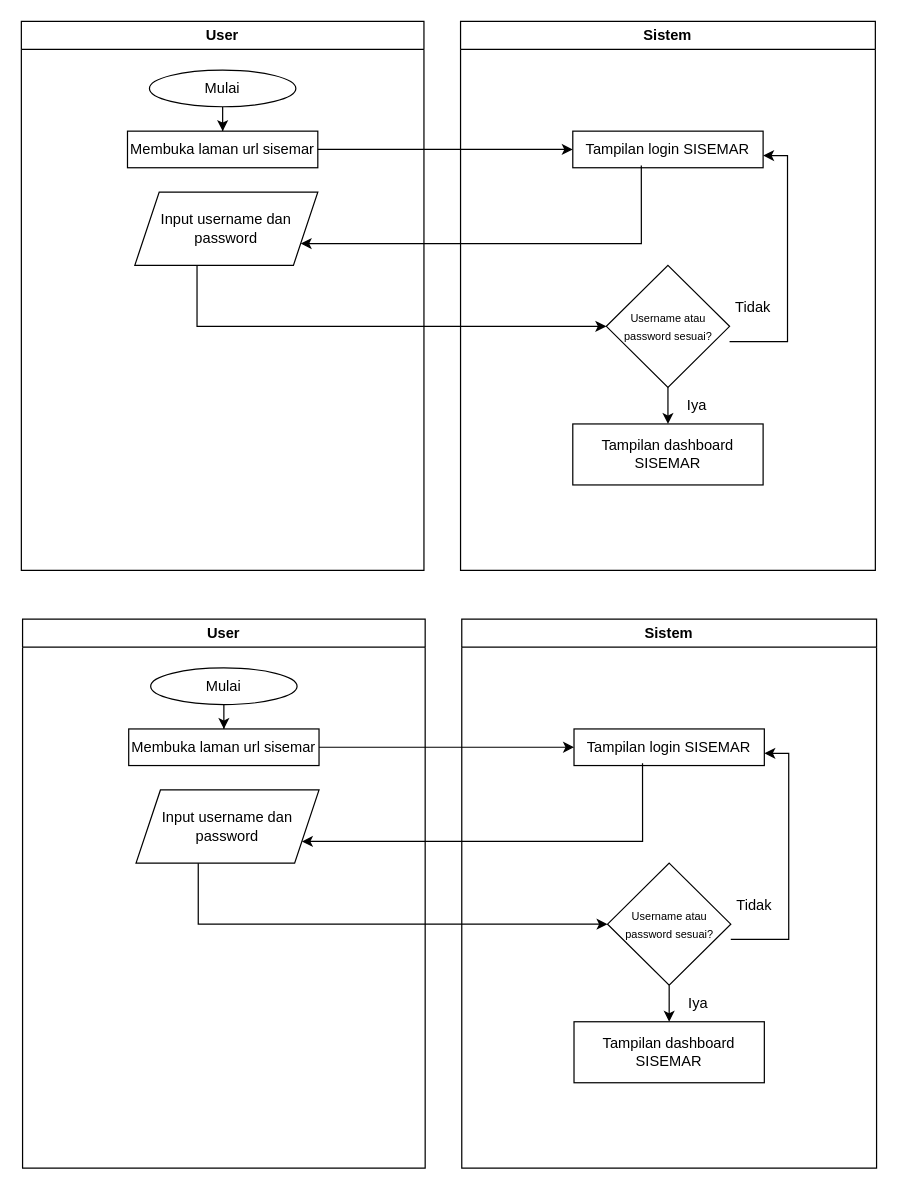
ArfiaLatifah/ArfiaLatifah keeps this draw.io diagram as Flowchart SISEMAR.drawio. Above is the earlier version. Source tidied: cells renumbered, new cells numbered last; positions are measured from the earlier drawing's top-left corner, leaving out a move shared by most shapes. Both pictures are drawn from the tidied source at 122%, with x=0, y=0 at pixel (21, 21).
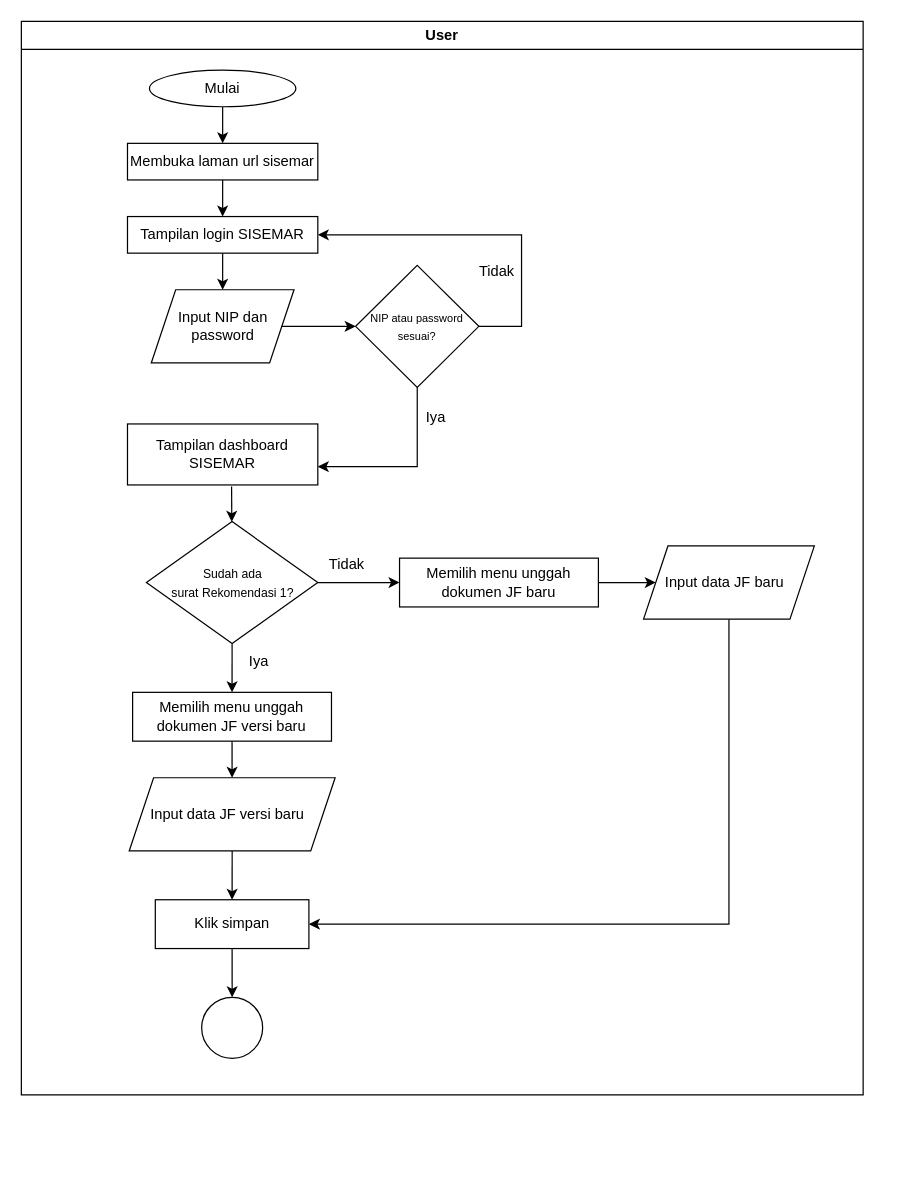
The same page after the edit.

What changed in the source:
```diff
@@
     <mxCell id="2" value="User" style="swimlane;whiteSpace=wrap;html=1;" parent="1" vertex="1">
-      <mxGeometry width="330" height="450" as="geometry" />
+      <mxGeometry width="690" height="880" as="geometry" />
     </mxCell>
@@
     <mxCell id="5" value="Membuka laman url sisemar" style="rounded=0;whiteSpace=wrap;html=1;" parent="2" vertex="1">
-      <mxGeometry x="87" y="90" width="156" height="30" as="geometry" />
+      <mxGeometry x="87" y="100" width="156" height="30" as="geometry" />
     </mxCell>
-    <mxCell id="6" value="Input username dan password" style="shape=parallelogram;perimeter=parallelogramPerimeter;whiteSpace=wrap;html=1;fixedSize=1;" parent="2" vertex="1">
-      <mxGeometry x="93" y="140" width="150" height="60" as="geometry" />
+    <mxCell id="6" value="Input NIP dan password" style="shape=parallelogram;perimeter=parallelogramPerimeter;whiteSpace=wrap;html=1;fixedSize=1;" parent="2" vertex="1">
+      <mxGeometry x="106.5" y="220" width="117" height="60" as="geometry" />
     </mxCell>
-    <mxCell id="7" value="Sistem" style="swimlane;whiteSpace=wrap;html=1;startSize=23;" parent="1" vertex="1">
-      <mxGeometry x="360" width="340" height="450" as="geometry" />
-    </mxCell>
-    <mxCell id="8" value="Tampilan login SISEMAR" style="rounded=0;whiteSpace=wrap;html=1;" parent="7" vertex="1">
-      <mxGeometry x="92" y="90" width="156" height="30" as="geometry" />
+    <mxCell id="8" value="Tampilan login SISEMAR" style="rounded=0;whiteSpace=wrap;html=1;" parent="2" vertex="1">
+      <mxGeometry x="87" y="160" width="156" height="30" as="geometry" />
     </mxCell>
+    <mxCell id="12" value="Tampilan dashboard SISEMAR" style="rounded=0;whiteSpace=wrap;html=1;" parent="2" vertex="1">
+      <mxGeometry x="87" y="330" width="156" height="50" as="geometry" />
+    </mxCell>
+    <mxCell id="11" value="&lt;font style=&quot;font-size: 9px;&quot;&gt;NIP atau password sesuai?&lt;/font&gt;" style="rhombus;whiteSpace=wrap;html=1;" parent="2" vertex="1">
+      <mxGeometry x="274" y="200" width="101" height="100" as="geometry" />
+    </mxCell>
-    <mxCell id="9" style="edgeStyle=orthogonalEdgeStyle;rounded=0;jettySize=auto;html=1;" parent="7" edge="1" source="11" target="12">
-      <mxGeometry relative="1" as="geometry" />
+    <mxCell id="9" style="edgeStyle=orthogonalEdgeStyle;rounded=0;jettySize=auto;html=1;" parent="2" edge="1" source="11" target="12">
+      <mxGeometry relative="1" as="geometry">
+        <Array as="points">
+          <mxPoint x="325" y="365" />
+        </Array>
+      </mxGeometry>
     </mxCell>
-    <mxCell id="10" style="edgeStyle=orthogonalEdgeStyle;rounded=0;orthogonalLoop=1;jettySize=auto;html=1;entryX=1;entryY=0.25;entryDx=0;entryDy=0;" parent="7" edge="1">
-      <mxGeometry relative="1" as="geometry">
-        <mxPoint x="220.5" y="262.5" as="sourcePoint" />
-        <mxPoint x="248" y="110" as="targetPoint" />
-        <Array as="points">
-          <mxPoint x="268" y="262.5" />
-          <mxPoint x="268" y="110.5" />
-        </Array>
-      </mxGeometry>
-    </mxCell>
-    <mxCell id="11" value="&lt;font style=&quot;font-size: 9px;&quot;&gt;Username atau password sesuai?&lt;/font&gt;" style="rhombus;whiteSpace=wrap;html=1;" parent="7" vertex="1">
-      <mxGeometry x="119.5" y="200" width="101" height="100" as="geometry" />
-    </mxCell>
-    <mxCell id="12" value="Tampilan dashboard SISEMAR" style="rounded=0;whiteSpace=wrap;html=1;" parent="7" vertex="1">
-      <mxGeometry x="92" y="330" width="156" height="50" as="geometry" />
-    </mxCell>
-    <mxCell id="13" value="Iya" style="text;html=1;align=center;verticalAlign=middle;whiteSpace=wrap;rounded=0;" parent="7" vertex="1">
-      <mxGeometry x="164" y="300" width="60" height="30" as="geometry" />
-    </mxCell>
-    <mxCell id="14" value="Tidak" style="text;html=1;align=center;verticalAlign=middle;whiteSpace=wrap;rounded=0;" parent="7" vertex="1">
-      <mxGeometry x="210" y="220" width="60" height="30" as="geometry" />
-    </mxCell>
-    <mxCell id="15" style="edgeStyle=orthogonalEdgeStyle;rounded=0;jettySize=auto;html=1;" parent="1" edge="1" source="5" target="8">
+    <mxCell id="15" style="endArrow=classic;html=1;rounded=0;exitX=0.5;exitY=1;exitDx=0;exitDy=0;" parent="2" edge="1" source="5" target="8">
       <mxGeometry relative="1" as="geometry" />
     </mxCell>
-    <mxCell id="16" style="edgeStyle=orthogonalEdgeStyle;rounded=0;jettySize=auto;html=1;entryX=1;entryY=0.75;entryDx=0;entryDy=0;exitX=0.36;exitY=0.939;exitDx=0;exitDy=0;exitPerimeter=0;" parent="1" edge="1" source="8" target="6">
-      <mxGeometry relative="1" as="geometry">
-        <Array as="points">
-          <mxPoint x="508" y="182" />
-        </Array>
-      </mxGeometry>
+    <mxCell id="16" style="endArrow=classic;html=1;rounded=0;exitX=0.5;exitY=1;exitDx=0;exitDy=0;" parent="2" edge="1" source="8" target="6">
+      <mxGeometry relative="1" as="geometry" />
     </mxCell>
-    <mxCell id="17" style="edgeStyle=orthogonalEdgeStyle;rounded=0;jettySize=auto;html=1;entryX=0;entryY=0.5;entryDx=0;entryDy=0;" parent="1" edge="1" source="6" target="11">
-      <mxGeometry relative="1" as="geometry">
-        <Array as="points">
-          <mxPoint x="144" y="250" />
-        </Array>
-      </mxGeometry>
+    <mxCell id="17" style="endArrow=classic;html=1;rounded=0;entryX=0;entryY=0.5;entryDx=0;entryDy=0;exitX=1;exitY=0.5;exitDx=0;exitDy=0;" parent="2" edge="1" source="6" target="11">
+      <mxGeometry relative="1" as="geometry" />
     </mxCell>
-    <mxCell id="18" value="User" style="swimlane;whiteSpace=wrap;html=1;" parent="1" vertex="1">
-      <mxGeometry x="1" y="490" width="330" height="450" as="geometry" />
-    </mxCell>
-    <mxCell id="19" style="edgeStyle=orthogonalEdgeStyle;rounded=0;jettySize=auto;html=1;" parent="18" edge="1" source="20" target="21">
-      <mxGeometry relative="1" as="geometry" />
-    </mxCell>
-    <mxCell id="20" value="Mulai" style="ellipse;whiteSpace=wrap;html=1;" parent="18" vertex="1">
-      <mxGeometry x="105" y="40" width="120" height="30" as="geometry" />
-    </mxCell>
-    <mxCell id="21" value="Membuka laman url sisemar" style="rounded=0;whiteSpace=wrap;html=1;" parent="18" vertex="1">
-      <mxGeometry x="87" y="90" width="156" height="30" as="geometry" />
-    </mxCell>
-    <mxCell id="22" value="Input username dan password" style="shape=parallelogram;perimeter=parallelogramPerimeter;whiteSpace=wrap;html=1;fixedSize=1;" parent="18" vertex="1">
-      <mxGeometry x="93" y="140" width="150" height="60" as="geometry" />
-    </mxCell>
-    <mxCell id="23" value="Sistem" style="swimlane;whiteSpace=wrap;html=1;startSize=23;" parent="1" vertex="1">
-      <mxGeometry x="361" y="490" width="340" height="450" as="geometry" />
-    </mxCell>
-    <mxCell id="24" value="Tampilan login SISEMAR" style="rounded=0;whiteSpace=wrap;html=1;" parent="23" vertex="1">
-      <mxGeometry x="92" y="90" width="156" height="30" as="geometry" />
-    </mxCell>
-    <mxCell id="25" style="edgeStyle=orthogonalEdgeStyle;rounded=0;jettySize=auto;html=1;" parent="23" edge="1" source="27" target="28">
-      <mxGeometry relative="1" as="geometry" />
-    </mxCell>
-    <mxCell id="26" style="edgeStyle=orthogonalEdgeStyle;rounded=0;orthogonalLoop=1;jettySize=auto;html=1;entryX=1;entryY=0.25;entryDx=0;entryDy=0;" parent="23" edge="1">
-      <mxGeometry relative="1" as="geometry">
-        <mxPoint x="220.5" y="262.5" as="sourcePoint" />
-        <mxPoint x="248" y="110" as="targetPoint" />
-        <Array as="points">
-          <mxPoint x="268" y="262.5" />
-          <mxPoint x="268" y="110.5" />
-        </Array>
-      </mxGeometry>
-    </mxCell>
-    <mxCell id="27" value="&lt;font style=&quot;font-size: 9px;&quot;&gt;Username atau password sesuai?&lt;/font&gt;" style="rhombus;whiteSpace=wrap;html=1;" parent="23" vertex="1">
-      <mxGeometry x="119.5" y="200" width="101" height="100" as="geometry" />
-    </mxCell>
-    <mxCell id="28" value="Tampilan dashboard SISEMAR" style="rounded=0;whiteSpace=wrap;html=1;" parent="23" vertex="1">
-      <mxGeometry x="92" y="330" width="156" height="50" as="geometry" />
-    </mxCell>
-    <mxCell id="29" value="Iya" style="text;html=1;align=center;verticalAlign=middle;whiteSpace=wrap;rounded=0;" parent="23" vertex="1">
-      <mxGeometry x="164" y="300" width="60" height="30" as="geometry" />
-    </mxCell>
-    <mxCell id="30" value="Tidak" style="text;html=1;align=center;verticalAlign=middle;whiteSpace=wrap;rounded=0;" parent="23" vertex="1">
-      <mxGeometry x="210" y="220" width="60" height="30" as="geometry" />
-    </mxCell>
-    <mxCell id="31" style="edgeStyle=orthogonalEdgeStyle;rounded=0;jettySize=auto;html=1;" parent="1" edge="1" source="21" target="24">
-      <mxGeometry relative="1" as="geometry" />
-    </mxCell>
-    <mxCell id="32" style="edgeStyle=orthogonalEdgeStyle;rounded=0;jettySize=auto;html=1;entryX=1;entryY=0.75;entryDx=0;entryDy=0;exitX=0.36;exitY=0.939;exitDx=0;exitDy=0;exitPerimeter=0;" parent="1" edge="1" source="24" target="22">
-      <mxGeometry relative="1" as="geometry">
-        <Array as="points">
-          <mxPoint x="509" y="672" />
-        </Array>
-      </mxGeometry>
-    </mxCell>
-    <mxCell id="33" style="edgeStyle=orthogonalEdgeStyle;rounded=0;jettySize=auto;html=1;entryX=0;entryY=0.5;entryDx=0;entryDy=0;" parent="1" edge="1" source="22" target="27">
-      <mxGeometry relative="1" as="geometry">
-        <Array as="points">
-          <mxPoint x="145" y="740" />
-        </Array>
-      </mxGeometry>
-    </mxCell>
+    <mxCell id="34" value="Tidak" style="text;html=1;align=center;verticalAlign=middle;whiteSpace=wrap;rounded=0;" parent="2" vertex="1">
+      <mxGeometry x="360" y="190" width="60" height="30" as="geometry" />
+    </mxCell>
+    <mxCell id="35" value="Iya" style="text;html=1;align=center;verticalAlign=middle;whiteSpace=wrap;rounded=0;" parent="2" vertex="1">
+      <mxGeometry x="310" y="310" width="60" height="30" as="geometry" />
+    </mxCell>
+    <mxCell id="36" style="endArrow=classic;html=1;rounded=0;entryX=1;entryY=0.5;entryDx=0;entryDy=0;exitX=1;exitY=0.5;exitDx=0;exitDy=0;" parent="2" edge="1" source="11" target="8">
+      <mxGeometry relative="1" as="geometry">
+        <Array as="points">
+          <mxPoint x="410" y="250" />
+          <mxPoint x="410" y="175" />
+          <mxPoint x="375" y="175" />
+        </Array>
+      </mxGeometry>
+    </mxCell>
+    <mxCell id="37" value="Memilih menu unggah dokumen JF baru" style="rounded=0;whiteSpace=wrap;html=1;" parent="2" vertex="1">
+      <mxGeometry x="310" y="440" width="163" height="40" as="geometry" />
+    </mxCell>
+    <mxCell id="38" value="&lt;font size=&quot;1&quot;&gt;Sudah ada&lt;/font&gt;&lt;div&gt;&lt;font size=&quot;1&quot;&gt;surat Rekomendasi 1?&lt;/font&gt;&lt;/div&gt;" style="rhombus;whiteSpace=wrap;html=1;" parent="2" vertex="1">
+      <mxGeometry x="102.5" y="410" width="140.5" height="100" as="geometry" />
+    </mxCell>
+    <mxCell id="39" value="Memilih menu unggah dokumen JF versi baru" style="rounded=0;whiteSpace=wrap;html=1;" parent="2" vertex="1">
+      <mxGeometry x="91.2" y="550" width="163" height="40" as="geometry" />
+    </mxCell>
+    <mxCell id="40" style="endArrow=classic;html=1;rounded=0;exitX=1;exitY=0.5;exitDx=0;exitDy=0;entryX=0;entryY=0.5;entryDx=0;entryDy=0;" parent="2" edge="1" source="38" target="37">
+      <mxGeometry relative="1" as="geometry" />
+    </mxCell>
+    <mxCell id="41" value="Iya" style="text;html=1;align=center;verticalAlign=middle;whiteSpace=wrap;rounded=0;" parent="2" vertex="1">
+      <mxGeometry x="165" y="510" width="60" height="30" as="geometry" />
+    </mxCell>
+    <mxCell id="42" value="Tidak" style="text;html=1;align=center;verticalAlign=middle;whiteSpace=wrap;rounded=0;" parent="2" vertex="1">
+      <mxGeometry x="237" y="430" width="60" height="30" as="geometry" />
+    </mxCell>
+    <mxCell id="43" style="endArrow=classic;html=1;rounded=0;exitX=0.5;exitY=1;exitDx=0;exitDy=0;" parent="2" edge="1" source="38" target="39">
+      <mxGeometry relative="1" as="geometry" />
+    </mxCell>
+    <mxCell id="44" style="endArrow=classic;html=1;rounded=0;exitX=0.547;exitY=1.025;exitDx=0;exitDy=0;exitPerimeter=0;" parent="2" edge="1" source="12" target="38">
+      <mxGeometry relative="1" as="geometry" />
+    </mxCell>
+    <mxCell id="45" value="Input data JF versi baru&amp;nbsp;&amp;nbsp;" style="shape=parallelogram;perimeter=parallelogramPerimeter;whiteSpace=wrap;html=1;fixedSize=1;" parent="2" vertex="1">
+      <mxGeometry x="88.4" y="620" width="168.8" height="60" as="geometry" />
+    </mxCell>
+    <mxCell id="46" value="Input data JF baru&amp;nbsp;&amp;nbsp;" style="shape=parallelogram;perimeter=parallelogramPerimeter;whiteSpace=wrap;html=1;fixedSize=1;" parent="2" vertex="1">
+      <mxGeometry x="510" y="430" width="140" height="60" as="geometry" />
+    </mxCell>
+    <mxCell id="47" style="endArrow=classic;html=1;rounded=0;exitX=0.5;exitY=1;exitDx=0;exitDy=0;" parent="2" edge="1" source="39" target="45">
+      <mxGeometry relative="1" as="geometry" />
+    </mxCell>
+    <mxCell id="48" style="endArrow=classic;html=1;rounded=0;entryX=0;entryY=0.5;entryDx=0;entryDy=0;exitX=1;exitY=0.5;exitDx=0;exitDy=0;" parent="2" edge="1" source="37" target="46">
+      <mxGeometry relative="1" as="geometry" />
+    </mxCell>
+    <mxCell id="49" style="ellipse;whiteSpace=wrap;html=1;" parent="2" vertex="1">
+      <mxGeometry x="147.8" y="800" width="50" height="50" as="geometry" />
+    </mxCell>
+    <mxCell id="50" value="Klik simpan" style="rounded=0;whiteSpace=wrap;html=1;" parent="2" vertex="1">
+      <mxGeometry x="109.8" y="720" width="125.9" height="40" as="geometry" />
+    </mxCell>
+    <mxCell id="51" style="endArrow=classic;html=1;rounded=0;entryX=1;entryY=0.5;entryDx=0;entryDy=0;exitX=0.5;exitY=1;exitDx=0;exitDy=0;" parent="2" edge="1" source="46" target="50">
+      <mxGeometry relative="1" as="geometry">
+        <Array as="points">
+          <mxPoint x="580" y="740" />
+        </Array>
+      </mxGeometry>
+    </mxCell>
+    <mxCell id="52" style="endArrow=classic;html=1;rounded=0;exitX=0.5;exitY=1;exitDx=0;exitDy=0;entryX=0.5;entryY=0;entryDx=0;entryDy=0;" parent="2" edge="1" source="45" target="50">
+      <mxGeometry relative="1" as="geometry" />
+    </mxCell>
+    <mxCell id="53" style="endArrow=classic;html=1;rounded=0;exitX=0.5;exitY=1;exitDx=0;exitDy=0;entryX=0.5;entryY=0;entryDx=0;entryDy=0;" parent="2" edge="1" source="50" target="49">
+      <mxGeometry relative="1" as="geometry" />
+    </mxCell>
```
